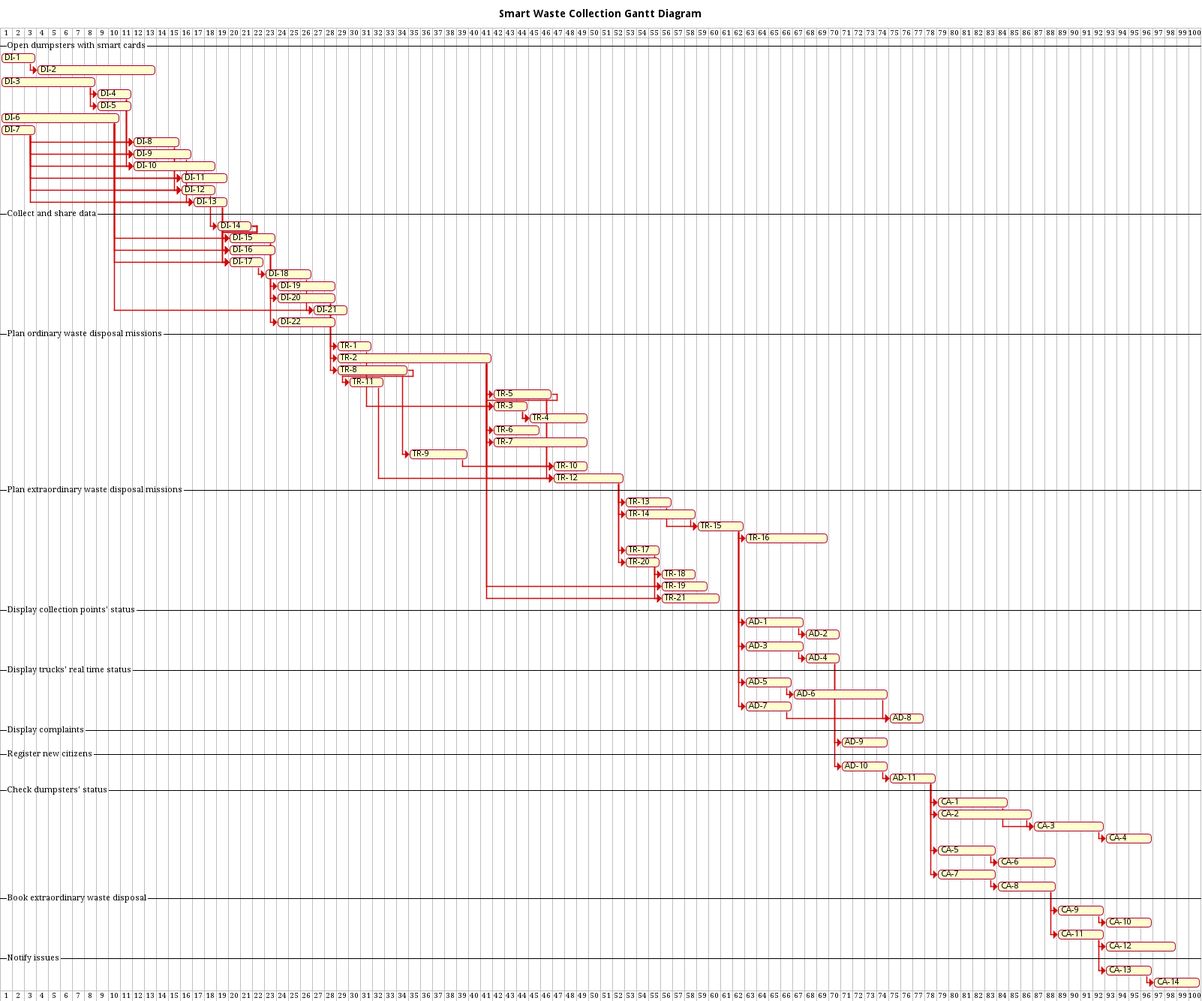
This is img/gantt.pm.png from SmartWasteCollection/project-management, a PlantUML export, as it was before one commit.
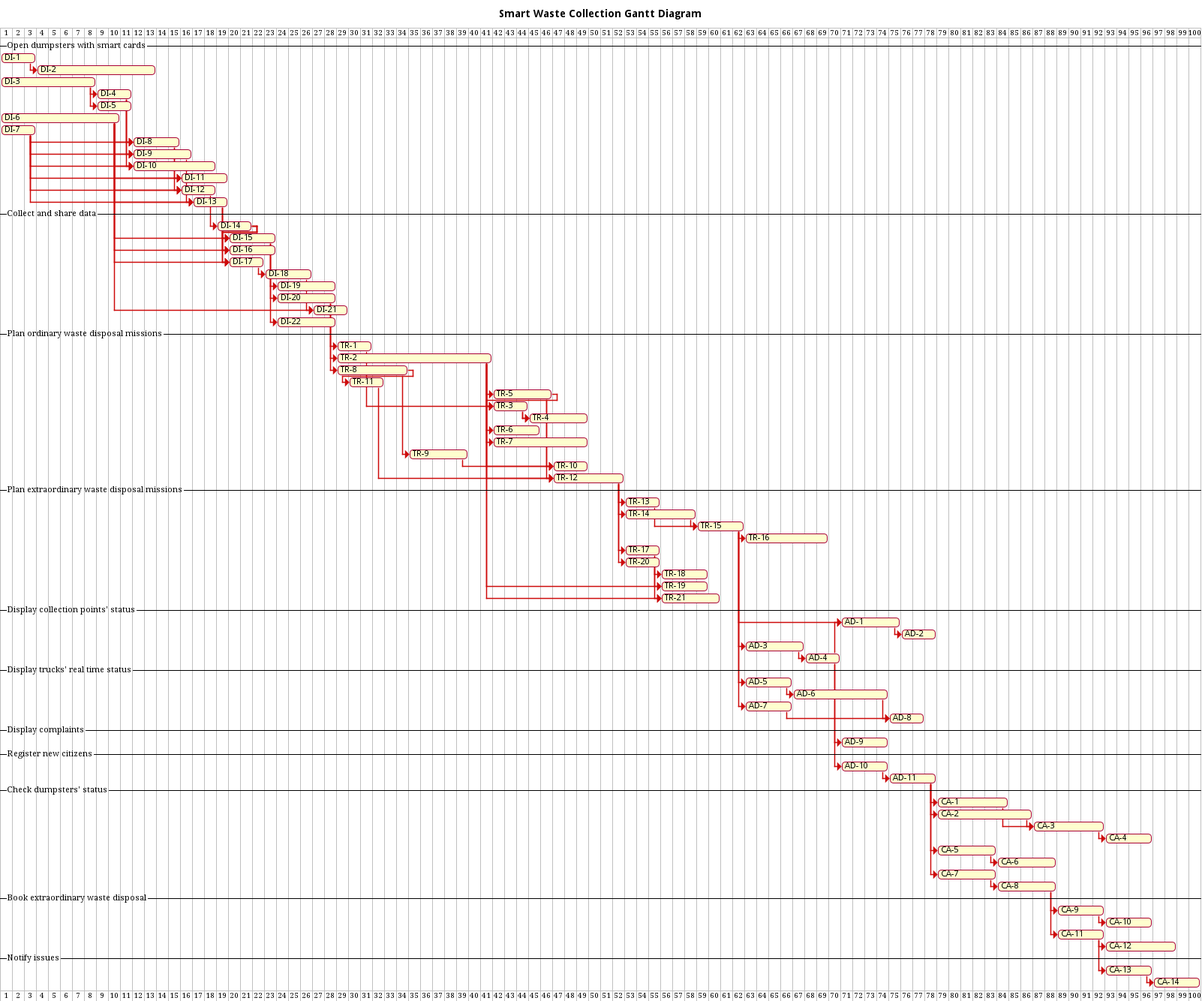
The same diagram one commit later.

Commit message:
docs(uml): generate PNG files for PlantUML diagrams

Diff of the diagram source:
```diff
@@ -135,7 +135,7 @@
 
 --Plan extraordinary waste disposal missions--
 
-task(13, 4)
+task(13, 3)
 task(14, 6)
 
 task(15, 4)
@@ -150,7 +150,7 @@
 endtostart(15, 16)
 
 task(17, 3)
-task(18, 3)
+task(18, 4)
 task(19, 4)
 
 endtostart(2, 19)
@@ -172,13 +172,14 @@
 task(2, 3)
 
 endtostart(TR, 15, AD, 1)
-endtostart(1, 2)
 
 task(3, 5)
 task(4, 3)
 
 endtostart(TR, 15, AD, 3)
 endtostart(3, 4)
+endtostart(4, 1)
+endtostart(1, 2)
 
 --Display trucks' real time status--
 
```
